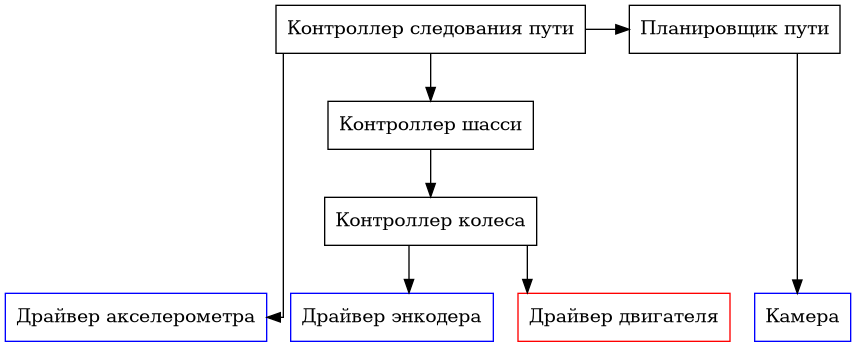
Earlier version of the Graphviz export doc/software.png (prostoiChelovek/qHandedCart). Its source is kept beside it as doc/software.dot.
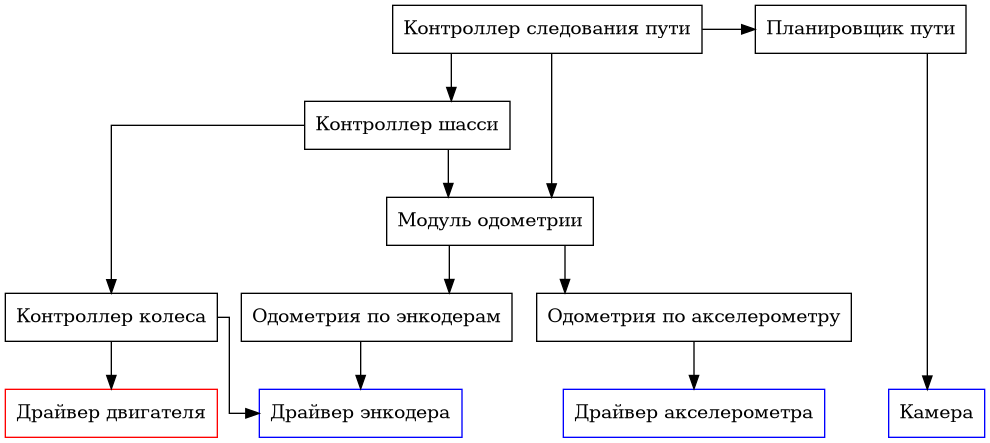
Above is the later version.

Commit message:
introduce the odometry module to the graph

again

Diff of the diagram source:
```diff
@@ -9,11 +9,15 @@
         encoder_driver [label = "Драйвер энкодера"]
         accelerometer_driver [label = "Драйвер акселерометра"]
         camera [label = "Камера"]
+
+        motor_driver [label = "Драйвер двигателя" color = red]
     }
 
-    motor_driver [label = "Драйвер двигателя" color = red]
+    wheel [label = "Контроллер колеса"]
 
-    wheel [label = "Контроллер колеса"]
+    encoder_odometry [label = "Одометрия по энкодерам"]
+    accelerometer_odometry [label = "Одометрия по акселерометру"]
+    odometry [label = "Модуль одометрии"]
 
     chassis [label = "Контроллер шасси"]
 
@@ -26,9 +30,13 @@
 
     wheel -> {encoder_driver, motor_driver}
 
-    chassis -> wheel
+    encoder_odometry -> encoder_driver
+    accelerometer_odometry -> accelerometer_driver
+    odometry -> {encoder_odometry, accelerometer_odometry}
 
-    path_follower -> {accelerometer_driver, path_planner, chassis}
+    chassis -> {wheel, odometry}
+
+    path_follower -> {odometry, path_planner, chassis}
 
     path_planner -> camera:nw
 }
```
